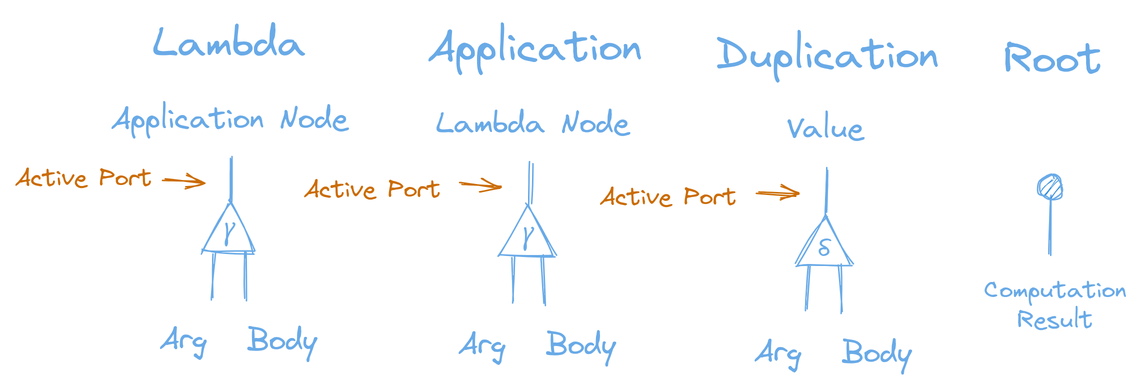
Earlier version of the Excalidraw export content/interaction-nets-combinators-calculus/lambda-nodes.excalidraw.png (zicklag/blog). Source tidied: one line per element, renumbered; positions are measured from the earlier drawing's top-left corner, leaving out a move shared by most shapes.
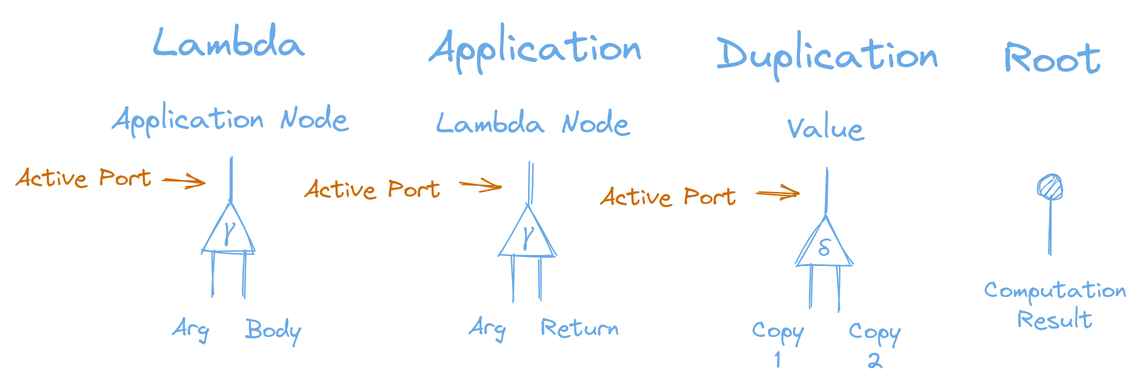
Above is the later version.

Commit message:
fix: incorrect lambda calculus node labels.

The edit, as a diff of the source:
```diff
@@ -1,6 +1,6 @@
 {"id": 0, "type": "text", "text": "Lambda", "strokeColor": "#1864ab", "strokeWidth": 1, "roughness": 1, "fontSize": 28, "fontFamily": 1, "textAlign": "center", "x": 92, "y": 0, "width": 102, "height": 35}
-{"id": 1, "type": "text", "text": "Arg", "strokeColor": "#1864ab", "strokeWidth": 1, "roughness": 1, "fontSize": 20, "fontFamily": 1, "textAlign": "center", "x": 96, "y": 203, "width": 32, "height": 25}
+{"id": 1, "type": "text", "text": "Arg", "strokeColor": "#1864ab", "strokeWidth": 1, "roughness": 1, "fontSize": 16, "fontFamily": 1, "textAlign": "center", "x": 104, "y": 198, "width": 25, "height": 20}
-{"id": 2, "type": "text", "text": "Body", "strokeColor": "#1864ab", "strokeWidth": 1, "roughness": 1, "fontSize": 20, "fontFamily": 1, "textAlign": "center", "x": 155, "y": 204, "width": 46, "height": 25}
+{"id": 2, "type": "text", "text": "Body", "strokeColor": "#1864ab", "strokeWidth": 1, "roughness": 1, "fontSize": 16, "fontFamily": 1, "textAlign": "center", "x": 153, "y": 199, "width": 37, "height": 20}
 {"id": 3, "type": "text", "text": "Application", "strokeColor": "#1864ab", "strokeWidth": 1, "roughness": 1, "fontSize": 28, "fontFamily": 1, "textAlign": "center", "x": 275, "y": 3, "width": 143, "height": 35}
 {"id": 4, "type": "text", "text": "Duplication", "strokeColor": "#1864ab", "strokeWidth": 1, "roughness": 1, "fontSize": 28, "fontFamily": 1, "textAlign": "center", "x": 467, "y": 8, "width": 148, "height": 35}
 {"id": 5, "type": "text", "text": "Value", "strokeColor": "#1864ab", "strokeWidth": 1, "roughness": 1, "fontSize": 20, "fontFamily": 1, "textAlign": "center", "x": 515, "y": 62, "width": 51, "height": 25}
@@ -16,22 +16,22 @@
 {"id": 15, "type": "line", "strokeColor": "#1864ab", "angle": 6.29, "strokeWidth": 1, "roughness": 1, "x": 143, "y": 124, "width": 37, "height": 33, "points": [[0, 0], [-19, 33], [17, 33], [0, 0]]}
 {"id": 16, "type": "text", "text": "γ", "strokeColor": "#1864ab", "backgroundColor": "#ced4da", "fillStyle": "solid", "strokeWidth": 1, "roughness": 1, "fontSize": 16, "fontFamily": 1, "textAlign": "center", "x": 140, "y": 131, "width": 7, "height": 20}
 {"id": 17, "type": "arrow", "strokeColor": "#1864ab", "backgroundColor": "#ced4da", "fillStyle": "solid", "strokeWidth": 1, "roughness": 1, "round": true, "from": 16, "to": 7, "x": 144, "y": 124, "width": 1, "height": 29, "points": [[0, 0], [1, -29]]}
-{"id": 18, "type": "arrow", "strokeColor": "#1864ab", "backgroundColor": "#ced4da", "fillStyle": "solid", "strokeWidth": 1, "roughness": 1, "round": true, "from": 16, "to": 2, "x": 153, "y": 158, "width": 2, "height": 32, "points": [[0, 0], [2, 32]]}
+{"id": 18, "type": "arrow", "strokeColor": "#1864ab", "backgroundColor": "#ced4da", "fillStyle": "solid", "strokeWidth": 1, "roughness": 1, "round": true, "from": 16, "to": 2, "x": 153, "y": 157, "width": 1, "height": 31, "points": [[0, 0], [1, 31]]}
-{"id": 19, "type": "arrow", "strokeColor": "#1864ab", "backgroundColor": "#ced4da", "fillStyle": "solid", "strokeWidth": 1, "roughness": 1, "round": true, "from": 16, "to": 1, "x": 133, "y": 159, "width": 1, "height": 29, "points": [[0, 0], [-1, 29]]}
+{"id": 19, "type": "arrow", "strokeColor": "#1864ab", "backgroundColor": "#ced4da", "fillStyle": "solid", "strokeWidth": 1, "roughness": 1, "round": true, "from": 16, "to": 1, "x": 132, "y": 157, "width": 0, "height": 29, "points": [[0, 0], [0, 29]]}
-{"id": 20, "type": "text", "text": "Arg", "strokeColor": "#1864ab", "strokeWidth": 1, "roughness": 1, "fontSize": 20, "fontFamily": 1, "textAlign": "center", "x": 295, "y": 206, "width": 32, "height": 25}
+{"id": 20, "type": "text", "text": "Arg", "strokeColor": "#1864ab", "strokeWidth": 1, "roughness": 1, "fontSize": 16, "fontFamily": 1, "textAlign": "center", "x": 302, "y": 197, "width": 25, "height": 20}
-{"id": 21, "type": "text", "text": "Body", "strokeColor": "#1864ab", "strokeWidth": 1, "roughness": 1, "fontSize": 20, "fontFamily": 1, "textAlign": "center", "x": 354, "y": 207, "width": 46, "height": 25}
+{"id": 21, "type": "text", "text": "Return", "strokeColor": "#1864ab", "strokeWidth": 1, "roughness": 1, "fontSize": 16, "fontFamily": 1, "textAlign": "center", "x": 350, "y": 198, "width": 52, "height": 20}
 {"id": 22, "type": "arrow", "strokeColor": "#e67700", "backgroundColor": "#228be6", "fillStyle": "cross-hatch", "strokeWidth": 1, "roughness": 1, "endArrowhead": "arrow", "round": true, "from": 12, "x": 298, "y": 113, "width": 26, "height": 1, "points": [[0, 0], [26, 1]]}
 {"id": 23, "type": "line", "strokeColor": "#1864ab", "angle": 6.29, "strokeWidth": 1, "roughness": 1, "x": 342, "y": 127, "width": 37, "height": 33, "points": [[0, 0], [-19, 33], [17, 33], [0, 0]]}
 {"id": 24, "type": "text", "text": "γ", "strokeColor": "#1864ab", "backgroundColor": "#ced4da", "fillStyle": "solid", "strokeWidth": 1, "roughness": 1, "fontSize": 16, "fontFamily": 1, "textAlign": "center", "x": 339, "y": 134, "width": 7, "height": 20}
 {"id": 25, "type": "arrow", "strokeColor": "#1864ab", "backgroundColor": "#ced4da", "fillStyle": "solid", "strokeWidth": 1, "roughness": 1, "round": true, "from": 24, "to": 6, "x": 343, "y": 127, "width": 1, "height": 29, "points": [[0, 0], [1, -29]]}
-{"id": 26, "type": "arrow", "strokeColor": "#1864ab", "backgroundColor": "#ced4da", "fillStyle": "solid", "strokeWidth": 1, "roughness": 1, "round": true, "from": 24, "to": 21, "x": 352, "y": 161, "width": 2, "height": 32, "points": [[0, 0], [2, 32]]}
+{"id": 26, "type": "arrow", "strokeColor": "#1864ab", "backgroundColor": "#ced4da", "fillStyle": "solid", "strokeWidth": 1, "roughness": 1, "round": true, "from": 24, "to": 21, "x": 350, "y": 162, "width": 0, "height": 27, "points": [[0, 0], [0, 27]]}
-{"id": 27, "type": "arrow", "strokeColor": "#1864ab", "backgroundColor": "#ced4da", "fillStyle": "solid", "strokeWidth": 1, "roughness": 1, "round": true, "from": 24, "to": 20, "x": 332, "y": 162, "width": 1, "height": 29, "points": [[0, 0], [-1, 29]]}
+{"id": 27, "type": "arrow", "strokeColor": "#1864ab", "backgroundColor": "#ced4da", "fillStyle": "solid", "strokeWidth": 1, "roughness": 1, "round": true, "from": 24, "to": 20, "x": 332, "y": 161, "width": 0, "height": 30, "points": [[0, 0], [0, 30]]}
 {"id": 28, "type": "text", "text": "Active Port", "strokeColor": "#e67700", "backgroundColor": "#228be6", "fillStyle": "cross-hatch", "strokeWidth": 1, "roughness": 1, "fontSize": 16, "fontFamily": 1, "textAlign": "center", "x": 390, "y": 111, "width": 92, "height": 20}
-{"id": 29, "type": "text", "text": "Arg", "strokeColor": "#1864ab", "strokeWidth": 1, "roughness": 1, "fontSize": 20, "fontFamily": 1, "textAlign": "center", "x": 493, "y": 211, "width": 32, "height": 25}
+{"id": 29, "type": "text", "text": "Copy\n1", "strokeColor": "#1864ab", "strokeWidth": 1, "roughness": 1, "fontSize": 16, "fontFamily": 1, "textAlign": "center", "x": 491, "y": 199, "width": 35, "height": 40}
-{"id": 30, "type": "text", "text": "Body", "strokeColor": "#1864ab", "strokeWidth": 1, "roughness": 1, "fontSize": 20, "fontFamily": 1, "textAlign": "center", "x": 551, "y": 212, "width": 46, "height": 25}
+{"id": 30, "type": "text", "text": "Copy\n2", "strokeColor": "#1864ab", "strokeWidth": 1, "roughness": 1, "fontSize": 16, "fontFamily": 1, "textAlign": "center", "x": 556, "y": 200, "width": 35, "height": 40}
 {"id": 31, "type": "arrow", "strokeColor": "#e67700", "backgroundColor": "#228be6", "fillStyle": "cross-hatch", "strokeWidth": 1, "roughness": 1, "endArrowhead": "arrow", "round": true, "from": 28, "x": 495, "y": 119, "width": 26, "height": 1, "points": [[0, 0], [26, 1]]}
 {"id": 32, "type": "arrow", "strokeColor": "#1864ab", "backgroundColor": "#ced4da", "fillStyle": "solid", "strokeWidth": 1, "roughness": 1, "round": true, "from": 36, "to": 5, "x": 540, "y": 132, "width": 1, "height": 29, "points": [[0, 0], [1, -29]]}
-{"id": 33, "type": "arrow", "strokeColor": "#1864ab", "backgroundColor": "#ced4da", "fillStyle": "solid", "strokeWidth": 1, "roughness": 1, "round": true, "from": 36, "to": 30, "x": 549, "y": 166, "width": 2, "height": 32, "points": [[0, 0], [2, 32]]}
+{"id": 33, "type": "arrow", "strokeColor": "#1864ab", "backgroundColor": "#ced4da", "fillStyle": "solid", "strokeWidth": 1, "roughness": 1, "round": true, "from": 36, "to": 30, "x": 548, "y": 167, "width": 1, "height": 30, "points": [[0, 0], [1, 30]]}
-{"id": 34, "type": "arrow", "strokeColor": "#1864ab", "backgroundColor": "#ced4da", "fillStyle": "solid", "strokeWidth": 1, "roughness": 1, "round": true, "from": 36, "to": 29, "x": 529, "y": 167, "width": 1, "height": 29, "points": [[0, 0], [-1, 29]]}
+{"id": 34, "type": "arrow", "strokeColor": "#1864ab", "backgroundColor": "#ced4da", "fillStyle": "solid", "strokeWidth": 1, "roughness": 1, "round": true, "from": 36, "to": 29, "x": 531, "y": 166, "width": 0, "height": 29, "points": [[0, 0], [0, 29]]}
 {"id": 35, "type": "line", "strokeColor": "#1864ab", "angle": 6.29, "strokeWidth": 1, "roughness": 1, "x": 540, "y": 133, "width": 37, "height": 33, "points": [[0, 0], [-19, 33], [17, 33], [0, 0]]}
 {"id": 36, "type": "text", "text": "δ", "strokeColor": "#1864ab", "backgroundColor": "#ced4da", "fillStyle": "solid", "strokeWidth": 1, "roughness": 1, "fontSize": 16, "fontFamily": 1, "textAlign": "center", "x": 535, "y": 145, "width": 9, "height": 20}
```
